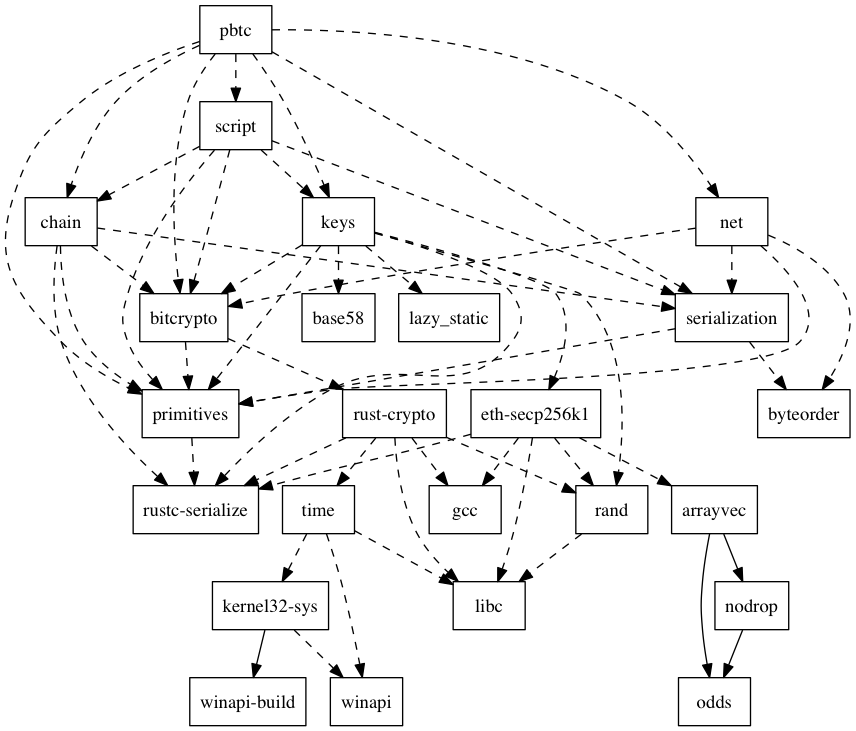
Above: tools/graph.png in paritytech/parity-bitcoin (Graphviz), before the change. Its source is kept beside it as tools/graph.dot.
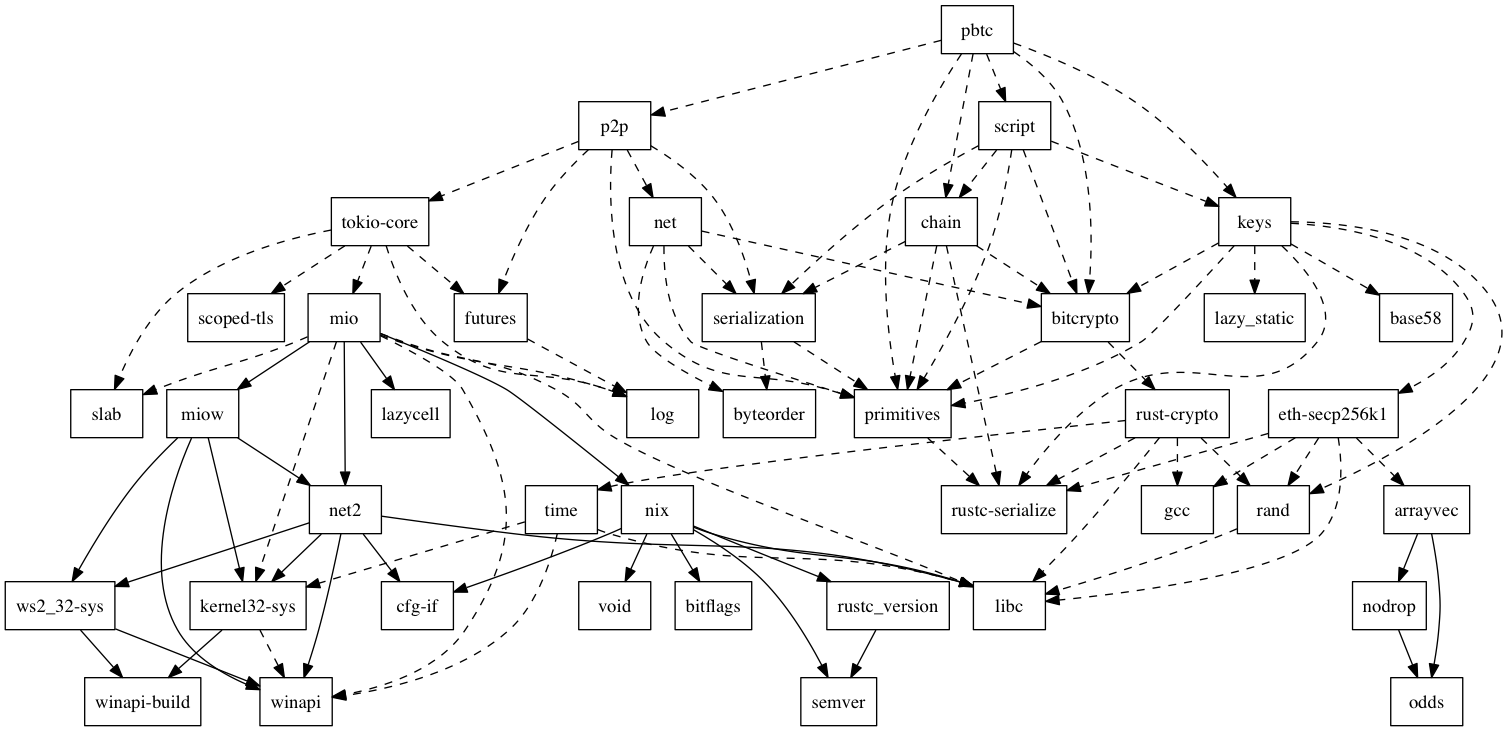
Later version of the same file.

Commit message:
tokio p2p init

What changed in the source:
```diff
@@ -3,75 +3,129 @@
 	N1[label="bitcrypto",shape=box];
 	N2[label="chain",shape=box];
 	N3[label="keys",shape=box];
-	N4[label="net",shape=box];
+	N4[label="p2p",shape=box];
 	N5[label="primitives",shape=box];
 	N6[label="script",shape=box];
-	N7[label="serialization",shape=box];
-	N8[label="arrayvec",shape=box];
-	N9[label="nodrop",shape=box];
-	N10[label="odds",shape=box];
-	N11[label="base58",shape=box];
-	N12[label="rust-crypto",shape=box];
+	N7[label="arrayvec",shape=box];
+	N8[label="nodrop",shape=box];
+	N9[label="odds",shape=box];
+	N10[label="base58",shape=box];
+	N11[label="rust-crypto",shape=box];
+	N12[label="bitflags",shape=box];
 	N13[label="byteorder",shape=box];
-	N14[label="rustc-serialize",shape=box];
-	N15[label="eth-secp256k1",shape=box];
-	N16[label="gcc",shape=box];
-	N17[label="libc",shape=box];
-	N18[label="rand",shape=box];
-	N19[label="kernel32-sys",shape=box];
-	N20[label="winapi",shape=box];
-	N21[label="winapi-build",shape=box];
-	N22[label="lazy_static",shape=box];
-	N23[label="time",shape=box];
+	N14[label="cfg-if",shape=box];
+	N15[label="rustc-serialize",shape=box];
+	N16[label="serialization",shape=box];
+	N17[label="eth-secp256k1",shape=box];
+	N18[label="gcc",shape=box];
+	N19[label="libc",shape=box];
+	N20[label="rand",shape=box];
+	N21[label="futures",shape=box];
+	N22[label="log",shape=box];
+	N23[label="kernel32-sys",shape=box];
+	N24[label="winapi",shape=box];
+	N25[label="winapi-build",shape=box];
+	N26[label="lazy_static",shape=box];
+	N27[label="lazycell",shape=box];
+	N28[label="mio",shape=box];
+	N29[label="miow",shape=box];
+	N30[label="net2",shape=box];
+	N31[label="nix",shape=box];
+	N32[label="slab",shape=box];
+	N33[label="ws2_32-sys",shape=box];
+	N34[label="net",shape=box];
+	N35[label="rustc_version",shape=box];
+	N36[label="semver",shape=box];
+	N37[label="void",shape=box];
+	N38[label="tokio-core",shape=box];
+	N39[label="time",shape=box];
+	N40[label="scoped-tls",shape=box];
 	N0 -> N1[label="",style=dashed];
 	N0 -> N2[label="",style=dashed];
 	N0 -> N3[label="",style=dashed];
 	N0 -> N4[label="",style=dashed];
 	N0 -> N5[label="",style=dashed];
 	N0 -> N6[label="",style=dashed];
-	N0 -> N7[label="",style=dashed];
 	N1 -> N5[label="",style=dashed];
-	N1 -> N12[label="",style=dashed];
+	N1 -> N11[label="",style=dashed];
 	N2 -> N1[label="",style=dashed];
 	N2 -> N5[label="",style=dashed];
-	N2 -> N7[label="",style=dashed];
-	N2 -> N14[label="",style=dashed];
+	N2 -> N15[label="",style=dashed];
+	N2 -> N16[label="",style=dashed];
 	N3 -> N1[label="",style=dashed];
 	N3 -> N5[label="",style=dashed];
-	N3 -> N11[label="",style=dashed];
-	N3 -> N14[label="",style=dashed];
+	N3 -> N10[label="",style=dashed];
 	N3 -> N15[label="",style=dashed];
-	N3 -> N18[label="",style=dashed];
-	N3 -> N22[label="",style=dashed];
-	N4 -> N1[label="",style=dashed];
+	N3 -> N17[label="",style=dashed];
+	N3 -> N20[label="",style=dashed];
+	N3 -> N26[label="",style=dashed];
 	N4 -> N5[label="",style=dashed];
-	N4 -> N7[label="",style=dashed];
-	N4 -> N13[label="",style=dashed];
-	N5 -> N14[label="",style=dashed];
+	N4 -> N16[label="",style=dashed];
+	N4 -> N21[label="",style=dashed];
+	N4 -> N34[label="",style=dashed];
+	N4 -> N38[label="",style=dashed];
+	N5 -> N15[label="",style=dashed];
 	N6 -> N1[label="",style=dashed];
 	N6 -> N2[label="",style=dashed];
 	N6 -> N3[label="",style=dashed];
 	N6 -> N5[label="",style=dashed];
-	N6 -> N7[label="",style=dashed];
-	N7 -> N5[label="",style=dashed];
-	N7 -> N13[label="",style=dashed];
+	N6 -> N16[label="",style=dashed];
+	N7 -> N8[label=""];
+	N7 -> N9[label=""];
 	N8 -> N9[label=""];
-	N8 -> N10[label=""];
-	N9 -> N10[label=""];
-	N12 -> N14[label="",style=dashed];
-	N12 -> N16[label="",style=dashed];
-	N12 -> N17[label="",style=dashed];
-	N12 -> N18[label="",style=dashed];
-	N12 -> N23[label="",style=dashed];
-	N15 -> N8[label="",style=dashed];
-	N15 -> N14[label="",style=dashed];
-	N15 -> N16[label="",style=dashed];
-	N15 -> N17[label="",style=dashed];
-	N15 -> N18[label="",style=dashed];
-	N18 -> N17[label="",style=dashed];
-	N19 -> N20[label="",style=dashed];
-	N19 -> N21[label=""];
-	N23 -> N17[label="",style=dashed];
-	N23 -> N19[label="",style=dashed];
-	N23 -> N20[label="",style=dashed];
+	N11 -> N15[label="",style=dashed];
+	N11 -> N18[label="",style=dashed];
+	N11 -> N19[label="",style=dashed];
+	N11 -> N20[label="",style=dashed];
+	N11 -> N39[label="",style=dashed];
+	N16 -> N5[label="",style=dashed];
+	N16 -> N13[label="",style=dashed];
+	N17 -> N7[label="",style=dashed];
+	N17 -> N15[label="",style=dashed];
+	N17 -> N18[label="",style=dashed];
+	N17 -> N19[label="",style=dashed];
+	N17 -> N20[label="",style=dashed];
+	N20 -> N19[label="",style=dashed];
+	N21 -> N22[label="",style=dashed];
+	N23 -> N24[label="",style=dashed];
+	N23 -> N25[label=""];
+	N28 -> N19[label="",style=dashed];
+	N28 -> N22[label="",style=dashed];
+	N28 -> N23[label="",style=dashed];
+	N28 -> N24[label="",style=dashed];
+	N28 -> N27[label=""];
+	N28 -> N29[label=""];
+	N28 -> N30[label=""];
+	N28 -> N31[label=""];
+	N28 -> N32[label="",style=dashed];
+	N29 -> N23[label=""];
+	N29 -> N24[label=""];
+	N29 -> N30[label=""];
+	N29 -> N33[label=""];
+	N30 -> N14[label=""];
+	N30 -> N19[label=""];
+	N30 -> N23[label=""];
+	N30 -> N24[label=""];
+	N30 -> N33[label=""];
+	N31 -> N12[label=""];
+	N31 -> N14[label=""];
+	N31 -> N19[label=""];
+	N31 -> N35[label=""];
+	N31 -> N36[label=""];
+	N31 -> N37[label=""];
+	N33 -> N24[label=""];
+	N33 -> N25[label=""];
+	N34 -> N1[label="",style=dashed];
+	N34 -> N5[label="",style=dashed];
+	N34 -> N13[label="",style=dashed];
+	N34 -> N16[label="",style=dashed];
+	N35 -> N36[label=""];
+	N38 -> N21[label="",style=dashed];
+	N38 -> N22[label="",style=dashed];
+	N38 -> N28[label="",style=dashed];
+	N38 -> N32[label="",style=dashed];
+	N38 -> N40[label="",style=dashed];
+	N39 -> N19[label="",style=dashed];
+	N39 -> N23[label="",style=dashed];
+	N39 -> N24[label="",style=dashed];
 }
```
